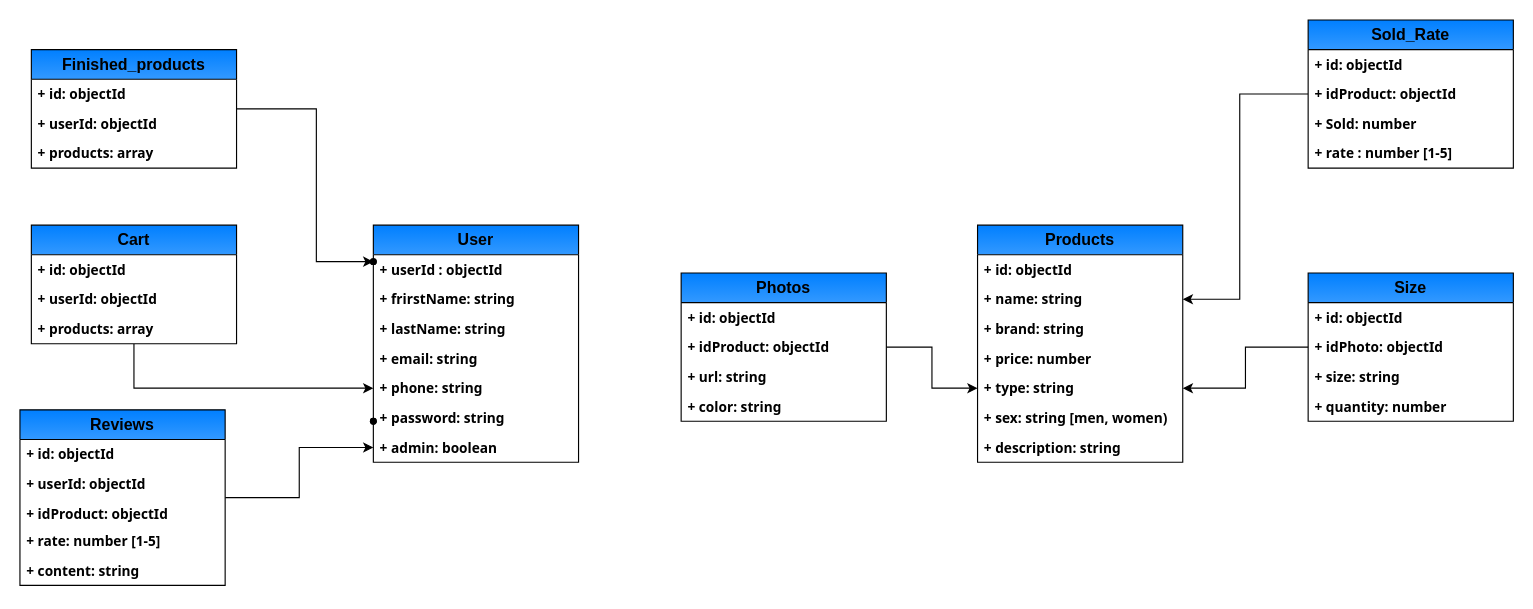
Baodt2911/FASCO keeps this draw.io diagram as Biểu đồ không có tiêu đề.drawio. Above is the earlier version. Source tidied: cells renumbered, new cells numbered last; positions are measured from the earlier drawing's top-left corner, leaving out a move shared by most shapes. Both pictures are drawn from the tidied source at 114%, with x=0, y=0 at pixel (19, 19).
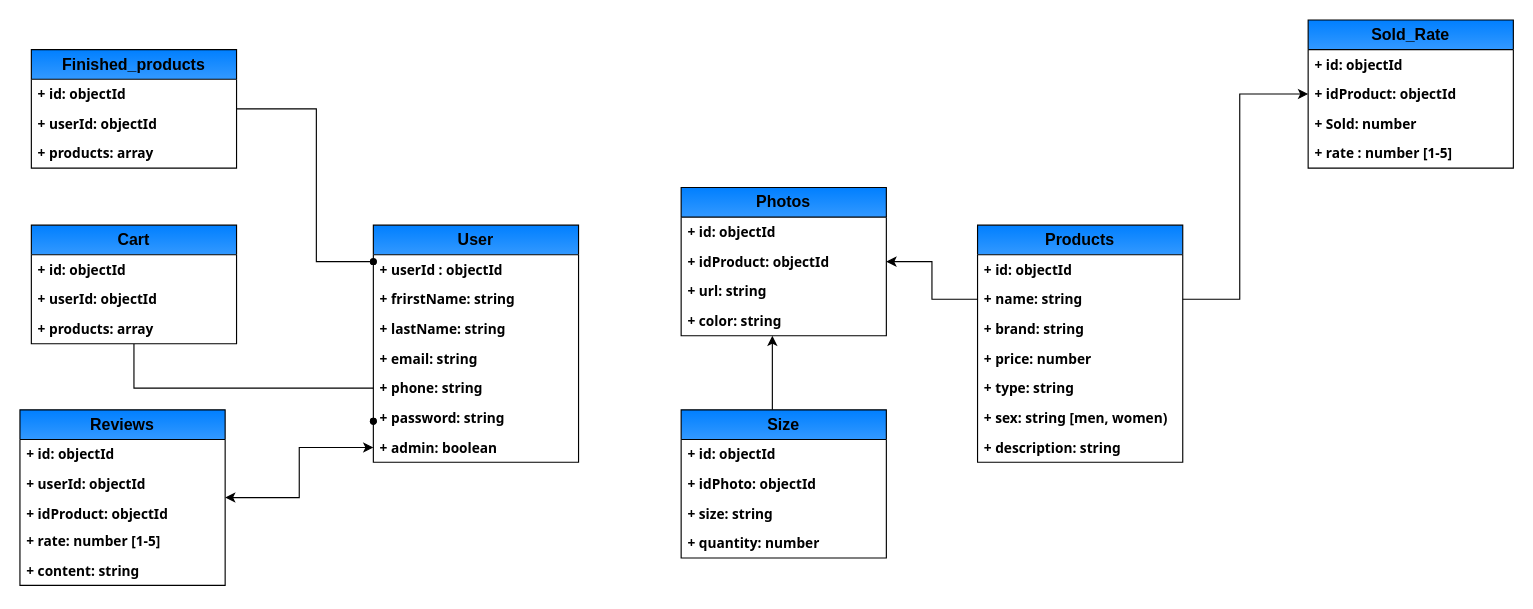
The same page after the edit.

Unchanged cells that the change refers to:
```xml
<mxCell id="7" value="+ phone: string" style="text;strokeColor=none;fillColor=none;align=left;verticalAlign=top;spacingLeft=4;spacingRight=4;overflow=hidden;points=[[0,0.5],[1,0.5]];portConstraint=eastwest;whiteSpace=wrap;html=1;fontFamily=Tahoma;fontStyle=1;" parent="2" vertex="1">
  <mxGeometry y="130" width="180" height="26" as="geometry" />
</mxCell>
<mxCell id="9" value="+ admin: boolean" style="text;strokeColor=none;fillColor=none;align=left;verticalAlign=top;spacingLeft=4;spacingRight=4;overflow=hidden;points=[[0,0.5],[1,0.5]];portConstraint=eastwest;whiteSpace=wrap;html=1;fontFamily=Tahoma;fontStyle=1;" parent="2" vertex="1">
  <mxGeometry y="182" width="180" height="26" as="geometry" />
</mxCell>
<mxCell id="11" value="Finished_products" style="swimlane;fontStyle=1;horizontal=1;startSize=26;fillColor=#007FFF;whiteSpace=wrap;html=1;rounded=0;glass=0;shadow=0;swimlaneFillColor=default;gradientColor=#3399FF;fontSize=14;arcSize=50;" parent="1" vertex="1">
  <mxGeometry x="10" y="26" width="180" height="104" as="geometry" />
</mxCell>
<mxCell id="16" value="Cart" style="swimlane;fontStyle=1;horizontal=1;startSize=26;fillColor=#007FFF;whiteSpace=wrap;html=1;rounded=0;glass=0;shadow=0;swimlaneFillColor=default;gradientColor=#3399FF;fontSize=14;arcSize=50;" parent="1" vertex="1">
  <mxGeometry x="10" y="180" width="180" height="104" as="geometry" />
</mxCell>
<mxCell id="22" value="+ name: string" style="text;strokeColor=none;fillColor=none;align=left;verticalAlign=top;spacingLeft=4;spacingRight=4;overflow=hidden;points=[[0,0.5],[1,0.5]];portConstraint=eastwest;whiteSpace=wrap;html=1;fontFamily=Tahoma;fontStyle=1;" parent="20" vertex="1">
  <mxGeometry y="52" width="180" height="26" as="geometry" />
</mxCell>
<mxCell id="25" value="+ type: string" style="text;strokeColor=none;fillColor=none;align=left;verticalAlign=top;spacingLeft=4;spacingRight=4;overflow=hidden;points=[[0,0.5],[1,0.5]];portConstraint=eastwest;whiteSpace=wrap;html=1;fontFamily=Tahoma;fontStyle=1;" parent="20" vertex="1">
  <mxGeometry y="130" width="180" height="26" as="geometry" />
</mxCell>
<mxCell id="29" value="Reviews" style="swimlane;fontStyle=1;horizontal=1;startSize=26;fillColor=#007FFF;whiteSpace=wrap;html=1;rounded=0;glass=0;shadow=0;swimlaneFillColor=default;gradientColor=#3399FF;fontSize=14;arcSize=50;" parent="1" vertex="1">
  <mxGeometry y="342" width="180" height="154" as="geometry" />
</mxCell>
<mxCell id="37" style="shape=waypoint;sketch=0;size=6;points=[];fillColor=#007FFF;perimeter=centerPerimeter;snapToPoint=1;fontSize=14;fontStyle=1;startSize=26;rounded=0;glass=0;shadow=0;swimlaneFillColor=default;gradientColor=#3399FF;arcSize=50;" parent="1" vertex="1">
  <mxGeometry x="300" y="202" width="20" height="20" as="geometry" />
</mxCell>
<mxCell id="42" value="+ idProduct: objectId" style="text;strokeColor=none;fillColor=none;align=left;verticalAlign=top;spacingLeft=4;spacingRight=4;overflow=hidden;points=[[0,0.5],[1,0.5]];portConstraint=eastwest;whiteSpace=wrap;html=1;fontFamily=Tahoma;fontStyle=1;" parent="40" vertex="1">
  <mxGeometry y="52" width="180" height="26" as="geometry" />
</mxCell>
<mxCell id="44" value="+ color: string" style="text;strokeColor=none;fillColor=none;align=left;verticalAlign=top;spacingLeft=4;spacingRight=4;overflow=hidden;points=[[0,0.5],[1,0.5]];portConstraint=eastwest;whiteSpace=wrap;html=1;fontFamily=Tahoma;fontStyle=1;" parent="40" vertex="1">
  <mxGeometry y="104" width="180" height="26" as="geometry" />
</mxCell>
<mxCell id="47" value="+ idPhoto: objectId" style="text;strokeColor=none;fillColor=none;align=left;verticalAlign=top;spacingLeft=4;spacingRight=4;overflow=hidden;points=[[0,0.5],[1,0.5]];portConstraint=eastwest;whiteSpace=wrap;html=1;fontFamily=Tahoma;fontStyle=1;" parent="45" vertex="1">
  <mxGeometry y="52" width="180" height="26" as="geometry" />
</mxCell>
<mxCell id="52" value="Sold_Rate" style="swimlane;fontStyle=1;horizontal=1;startSize=26;fillColor=#007FFF;whiteSpace=wrap;html=1;rounded=0;glass=0;shadow=0;swimlaneFillColor=default;gradientColor=#3399FF;fontSize=14;arcSize=50;" parent="1" vertex="1">
  <mxGeometry x="1130" width="180" height="130" as="geometry" />
</mxCell>
```

The edit, as a diff of the source:
```diff
@@
-    <mxCell id="10" style="edgeStyle=orthogonalEdgeStyle;rounded=0;jettySize=auto;html=1;fontFamily=Helvetica;fontSize=14;fontColor=default;fontStyle=1;" parent="1" edge="1" source="11" target="37">
+    <mxCell id="10" style="edgeStyle=orthogonalEdgeStyle;rounded=0;jettySize=auto;html=1;fontFamily=Helvetica;fontSize=14;fontColor=default;fontStyle=1;endArrow=none;endFill=0;" parent="1" edge="1" source="11" target="37">
       <mxGeometry relative="1" as="geometry">
         <Array as="points">
           <mxPoint x="260" y="78" />
           <mxPoint x="260" y="212" />
         </Array>
       </mxGeometry>
     </mxCell>
@@
-    <mxCell id="15" style="edgeStyle=orthogonalEdgeStyle;rounded=0;jettySize=auto;html=1;fontFamily=Helvetica;fontSize=14;fontColor=default;fontStyle=1;" parent="1" edge="1" source="16" target="7">
+    <mxCell id="15" style="edgeStyle=orthogonalEdgeStyle;rounded=0;jettySize=auto;html=1;fontFamily=Helvetica;fontSize=14;fontColor=default;fontStyle=1;endArrow=none;endFill=0;startArrow=none;startFill=0;" parent="1" edge="1" source="16" target="7">
       <mxGeometry relative="1" as="geometry" />
     </mxCell>
@@
-    <mxCell id="28" style="edgeStyle=orthogonalEdgeStyle;rounded=0;jettySize=auto;html=1;fontFamily=Helvetica;fontSize=14;fontColor=default;fontStyle=1;" parent="1" edge="1" source="29" target="9">
+    <mxCell id="28" style="edgeStyle=orthogonalEdgeStyle;rounded=0;jettySize=auto;html=1;fontFamily=Helvetica;fontSize=14;fontColor=default;fontStyle=1;startArrow=classic;startFill=1;" parent="1" edge="1" source="29" target="9">
       <mxGeometry relative="1" as="geometry" />
     </mxCell>
@@
-    <mxCell id="39" style="edgeStyle=orthogonalEdgeStyle;rounded=0;jettySize=auto;html=1;fontFamily=Helvetica;fontSize=14;fontColor=default;fontStyle=1;" parent="1" edge="1" source="40" target="25">
-      <mxGeometry relative="1" as="geometry" />
-    </mxCell>
     <mxCell id="40" value="Photos" style="swimlane;fontStyle=1;horizontal=1;startSize=26;fillColor=#007FFF;whiteSpace=wrap;html=1;rounded=0;glass=0;shadow=0;swimlaneFillColor=default;gradientColor=#3399FF;fontSize=14;arcSize=50;" parent="1" vertex="1">
-      <mxGeometry x="580" y="222" width="180" height="130" as="geometry" />
+      <mxGeometry x="580" y="147" width="180" height="130" as="geometry" />
     </mxCell>
@@
+    <mxCell id="57" style="edgeStyle=orthogonalEdgeStyle;rounded=0;jettySize=auto;html=1;fontFamily=Helvetica;fontSize=14;fontColor=default;fontStyle=1;" parent="1" edge="1" source="45" target="44">
+      <mxGeometry relative="1" as="geometry">
+        <Array as="points">
+          <mxPoint x="660" y="280" />
+          <mxPoint x="660" y="280" />
+        </Array>
+      </mxGeometry>
+    </mxCell>
     <mxCell id="45" value="Size" style="swimlane;fontStyle=1;horizontal=1;startSize=26;fillColor=#007FFF;whiteSpace=wrap;html=1;rounded=0;glass=0;shadow=0;swimlaneFillColor=default;gradientColor=#3399FF;fontSize=14;arcSize=50;" parent="1" vertex="1">
-      <mxGeometry x="1130" y="222" width="180" height="130" as="geometry" />
+      <mxGeometry x="580" y="342" width="180" height="130" as="geometry" />
     </mxCell>
@@
-    <mxCell id="50" style="edgeStyle=orthogonalEdgeStyle;rounded=0;jettySize=auto;html=1;fontFamily=Helvetica;fontSize=14;fontColor=default;fontStyle=1;" parent="1" edge="1" source="47" target="25">
-      <mxGeometry relative="1" as="geometry" />
-    </mxCell>
-    <mxCell id="51" style="edgeStyle=orthogonalEdgeStyle;rounded=0;jettySize=auto;html=1;fontFamily=Helvetica;fontSize=14;fontColor=default;fontStyle=1;" parent="1" edge="1" source="52" target="22">
+    <mxCell id="51" style="edgeStyle=orthogonalEdgeStyle;rounded=0;jettySize=auto;html=1;fontFamily=Helvetica;fontSize=14;fontColor=default;fontStyle=1;startArrow=classic;startFill=1;endArrow=none;endFill=0;" parent="1" edge="1" source="52" target="22">
       <mxGeometry relative="1" as="geometry">
         <Array as="points">
           <mxPoint x="1070" y="65" />
           <mxPoint x="1070" y="245" />
         </Array>
       </mxGeometry>
     </mxCell>
@@
+    <mxCell id="58" style="edgeStyle=orthogonalEdgeStyle;rounded=0;jettySize=auto;html=1;fontFamily=Helvetica;fontSize=14;fontColor=default;fontStyle=1;startArrow=classic;startFill=1;endArrow=none;endFill=0;" parent="1" edge="1" source="42" target="22">
+      <mxGeometry relative="1" as="geometry" />
+    </mxCell>
```
